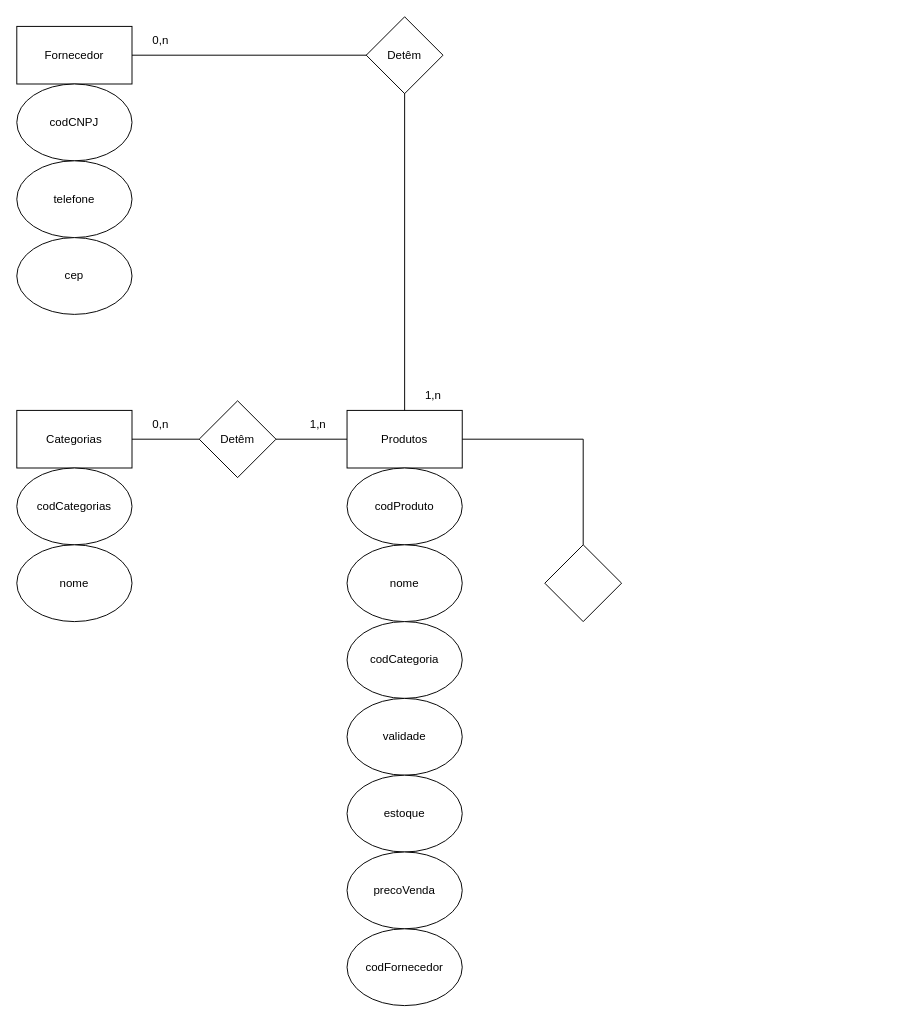
The draw.io diagram Banco-De-Dados/atividade4.drawio in JESFTechnology/IF-Machado-2-Periodo, before the edit. Source tidied: cells renumbered, new cells numbered last; positions are measured from the earlier drawing's top-left corner, leaving out a move shared by most shapes. Both pictures are drawn from the tidied source at 96%, with x=0, y=0 at pixel (16, 16).
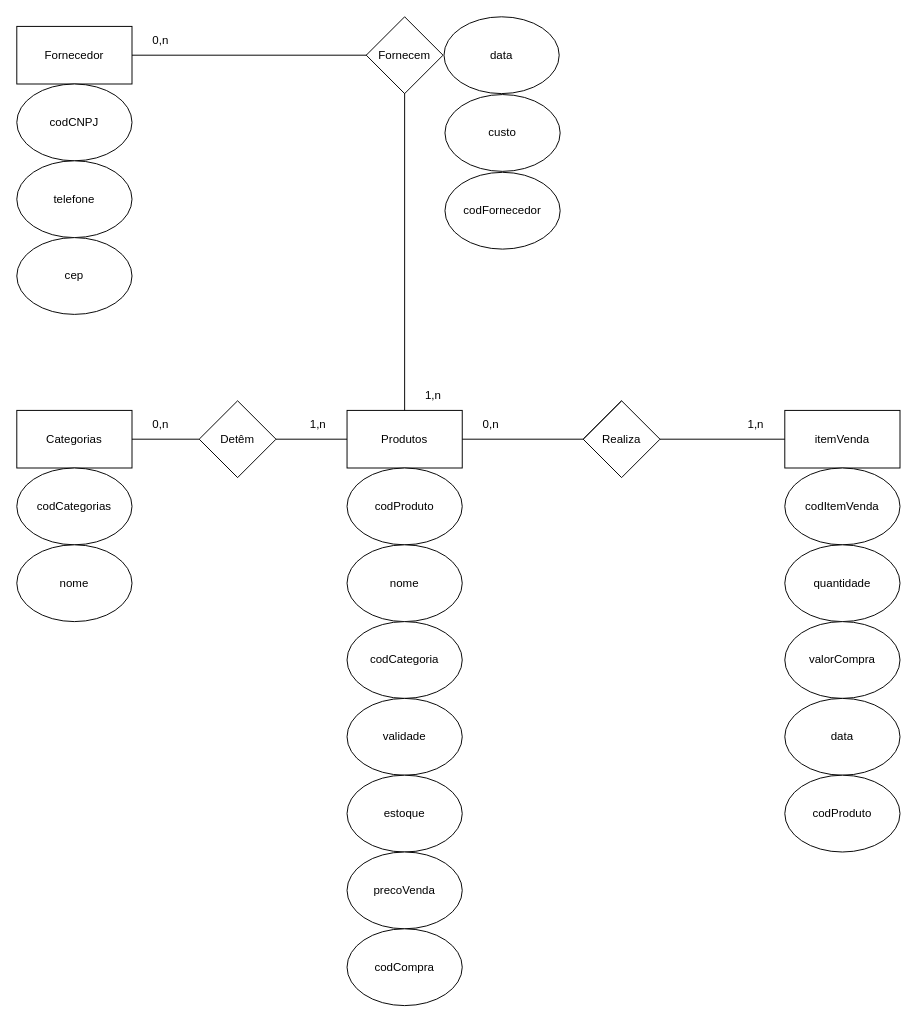
The same page after the edit.

Commit message:
itemVenda adicionado

The change refers to these unchanged cells:
```xml
<mxCell id="36" style="group;" parent="1" vertex="1">
  <mxGeometry x="344" y="950" width="120" height="80" as="geometry" />
</mxCell>
<mxCell id="55" style="group;" parent="1" vertex="1">
  <mxGeometry x="364" width="80" height="80" as="geometry" />
</mxCell>
```

The edit, as a diff of the source:
```diff
@@
     <mxCell id="25" style="rhombus;whiteSpace=wrap;html=1;" parent="1" vertex="1">
-      <mxGeometry x="550" y="550" width="80" height="80" as="geometry" />
+      <mxGeometry x="590" y="400" width="80" height="80" as="geometry" />
     </mxCell>
@@
-    <mxCell id="38" value="codFornecedor" style="text;html=1;align=center;verticalAlign=middle;whiteSpace=wrap;rounded=0;" parent="36" vertex="1">
+    <mxCell id="38" value="codCompra" style="text;html=1;align=center;verticalAlign=middle;whiteSpace=wrap;rounded=0;" parent="36" vertex="1">
       <mxGeometry y="10" width="120" height="60" as="geometry" />
     </mxCell>
@@
-    <mxCell id="57" value="Detêm" style="text;html=1;align=center;verticalAlign=middle;whiteSpace=wrap;rounded=0;" parent="55" vertex="1">
+    <mxCell id="57" value="Fornecem" style="text;html=1;align=center;verticalAlign=middle;whiteSpace=wrap;rounded=0;" parent="55" vertex="1">
       <mxGeometry x="10" y="25" width="60" height="30" as="geometry" />
     </mxCell>
@@
+    <mxCell id="62" style="group;" parent="1" vertex="1">
+      <mxGeometry x="445" width="120" height="80" as="geometry" />
+    </mxCell>
+    <mxCell id="63" style="ellipse;whiteSpace=wrap;html=1;" parent="62" vertex="1">
+      <mxGeometry width="120" height="80" as="geometry" />
+    </mxCell>
+    <mxCell id="64" value="data" style="text;html=1;align=center;verticalAlign=middle;whiteSpace=wrap;rounded=0;" parent="62" vertex="1">
+      <mxGeometry y="10" width="120" height="60" as="geometry" />
+    </mxCell>
+    <mxCell id="65" style="group;" parent="1" vertex="1">
+      <mxGeometry x="446" y="81" width="120" height="80" as="geometry" />
+    </mxCell>
+    <mxCell id="66" style="ellipse;whiteSpace=wrap;html=1;" parent="65" vertex="1">
+      <mxGeometry width="120" height="80" as="geometry" />
+    </mxCell>
+    <mxCell id="67" value="custo" style="text;html=1;align=center;verticalAlign=middle;whiteSpace=wrap;rounded=0;" parent="65" vertex="1">
+      <mxGeometry y="10" width="120" height="60" as="geometry" />
+    </mxCell>
+    <mxCell id="68" style="group;" parent="1" vertex="1">
+      <mxGeometry x="446" y="162" width="120" height="80" as="geometry" />
+    </mxCell>
+    <mxCell id="69" style="ellipse;whiteSpace=wrap;html=1;" parent="68" vertex="1">
+      <mxGeometry width="120" height="80" as="geometry" />
+    </mxCell>
+    <mxCell id="70" value="codFornecedor" style="text;html=1;align=center;verticalAlign=middle;whiteSpace=wrap;rounded=0;" parent="68" vertex="1">
+      <mxGeometry y="10" width="120" height="60" as="geometry" />
+    </mxCell>
+    <mxCell id="71" value="Realiza" style="text;html=1;align=center;verticalAlign=middle;whiteSpace=wrap;rounded=0;" parent="1" vertex="1">
+      <mxGeometry x="600" y="425" width="60" height="30" as="geometry" />
+    </mxCell>
+    <mxCell id="72" style="group;" parent="1" vertex="1">
+      <mxGeometry x="800" y="410" width="120" height="60" as="geometry" />
+    </mxCell>
+    <mxCell id="73" style="rounded=0;whiteSpace=wrap;html=1;" parent="72" vertex="1">
+      <mxGeometry width="120" height="60" as="geometry" />
+    </mxCell>
+    <mxCell id="74" value="itemVenda" style="text;html=1;align=center;verticalAlign=middle;whiteSpace=wrap;rounded=0;" parent="72" vertex="1">
+      <mxGeometry width="120" height="60" as="geometry" />
+    </mxCell>
+    <mxCell id="75" style="endArrow=none;html=1;rounded=0;exitX=0;exitY=0.5;exitDx=0;exitDy=0;entryX=1;entryY=0.5;entryDx=0;entryDy=0;" parent="1" edge="1" source="74" target="25">
+      <mxGeometry relative="1" as="geometry" />
+    </mxCell>
+    <mxCell id="76" style="group;" parent="1" vertex="1">
+      <mxGeometry x="800" y="470" width="120" height="80" as="geometry" />
+    </mxCell>
+    <mxCell id="77" style="ellipse;whiteSpace=wrap;html=1;" parent="76" vertex="1">
+      <mxGeometry width="120" height="80" as="geometry" />
+    </mxCell>
+    <mxCell id="78" value="codItemVenda" style="text;html=1;align=center;verticalAlign=middle;whiteSpace=wrap;rounded=0;" parent="76" vertex="1">
+      <mxGeometry y="10" width="120" height="60" as="geometry" />
+    </mxCell>
+    <mxCell id="79" style="group;" parent="1" vertex="1">
+      <mxGeometry x="800" y="550" width="120" height="80" as="geometry" />
+    </mxCell>
+    <mxCell id="80" style="ellipse;whiteSpace=wrap;html=1;" parent="79" vertex="1">
+      <mxGeometry width="120" height="80" as="geometry" />
+    </mxCell>
+    <mxCell id="81" value="quantidade" style="text;html=1;align=center;verticalAlign=middle;whiteSpace=wrap;rounded=0;" parent="79" vertex="1">
+      <mxGeometry y="10" width="120" height="60" as="geometry" />
+    </mxCell>
+    <mxCell id="82" style="group;" parent="1" vertex="1">
+      <mxGeometry x="800" y="630" width="120" height="80" as="geometry" />
+    </mxCell>
+    <mxCell id="83" style="ellipse;whiteSpace=wrap;html=1;" parent="82" vertex="1">
+      <mxGeometry width="120" height="80" as="geometry" />
+    </mxCell>
+    <mxCell id="84" value="valorCompra" style="text;html=1;align=center;verticalAlign=middle;whiteSpace=wrap;rounded=0;" parent="82" vertex="1">
+      <mxGeometry y="10" width="120" height="60" as="geometry" />
+    </mxCell>
+    <mxCell id="85" style="group;" parent="1" vertex="1">
+      <mxGeometry x="800" y="710" width="120" height="80" as="geometry" />
+    </mxCell>
+    <mxCell id="86" style="ellipse;whiteSpace=wrap;html=1;" parent="85" vertex="1">
+      <mxGeometry width="120" height="80" as="geometry" />
+    </mxCell>
+    <mxCell id="87" value="data" style="text;html=1;align=center;verticalAlign=middle;whiteSpace=wrap;rounded=0;" parent="85" vertex="1">
+      <mxGeometry y="10" width="120" height="60" as="geometry" />
+    </mxCell>
+    <mxCell id="88" style="group;" parent="1" vertex="1">
+      <mxGeometry x="800" y="790" width="120" height="80" as="geometry" />
+    </mxCell>
+    <mxCell id="89" style="ellipse;whiteSpace=wrap;html=1;" parent="88" vertex="1">
+      <mxGeometry width="120" height="80" as="geometry" />
+    </mxCell>
+    <mxCell id="90" value="codProduto" style="text;html=1;align=center;verticalAlign=middle;whiteSpace=wrap;rounded=0;" parent="88" vertex="1">
+      <mxGeometry y="10" width="120" height="60" as="geometry" />
+    </mxCell>
+    <mxCell id="91" value="1,n" style="text;html=1;align=center;verticalAlign=middle;whiteSpace=wrap;rounded=0;" parent="1" vertex="1">
+      <mxGeometry x="740" y="410" width="60" height="30" as="geometry" />
+    </mxCell>
+    <mxCell id="92" value="0,n" style="text;html=1;align=center;verticalAlign=middle;whiteSpace=wrap;rounded=0;" parent="1" vertex="1">
+      <mxGeometry x="464" y="410" width="60" height="30" as="geometry" />
+    </mxCell>
```
